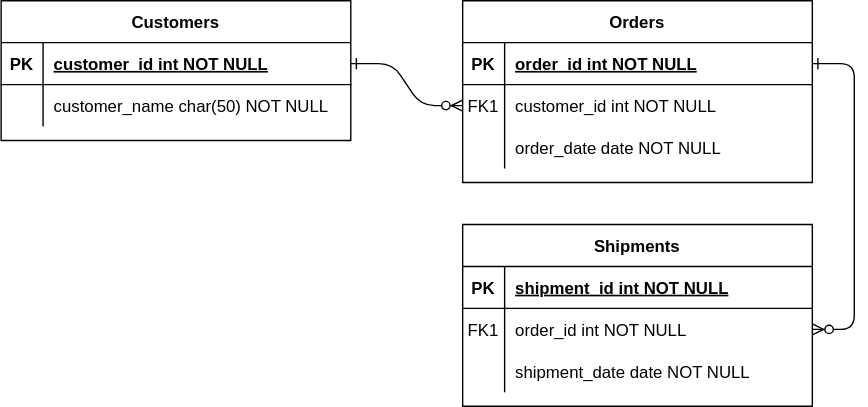
Earlier version of the draw.io export document/diagram.svg (bumjin-handy/sbb5). Source tidied: cells renumbered, new cells last; positions are measured from the earlier drawing's top-left corner, leaving out a move shared by most shapes.
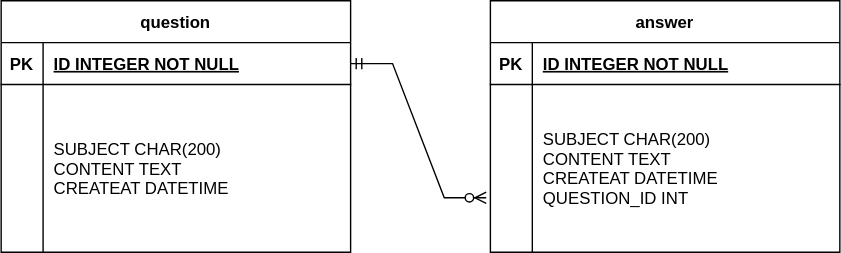
The same file after the commit.

What changed in the source:
```diff
@@ -2,74 +2,8 @@
   <root>
     <mxCell id="0" />
     <mxCell id="1" parent="0" />
-    <mxCell id="2" style="edgeStyle=entityRelationEdgeStyle;endArrow=ERzeroToMany;startArrow=ERone;endFill=1;startFill=0;" parent="1" edge="1" source="25" target="8">
-      <mxGeometry relative="1" as="geometry" />
-    </mxCell>
-    <mxCell id="3" style="edgeStyle=entityRelationEdgeStyle;endArrow=ERzeroToMany;startArrow=ERone;endFill=1;startFill=0;" parent="1" edge="1" source="5" target="18">
-      <mxGeometry relative="1" as="geometry" />
-    </mxCell>
-    <mxCell id="4" value="Orders" style="shape=table;startSize=30;rowLines=0;fontStyle=1;align=center;" parent="1" vertex="1">
-      <mxGeometry x="330" width="250" height="130" as="geometry" />
-    </mxCell>
-    <mxCell id="5" style="shape=partialRectangle;fillColor=none;points=[[0,0.5],[1,0.5]];portConstraint=eastwest;top=0;left=0;right=0;bottom=1;" parent="4" vertex="1">
-      <mxGeometry y="30" width="250" height="30" as="geometry" />
-    </mxCell>
-    <mxCell id="6" value="PK" style="shape=partialRectangle;overflow=hidden;fillColor=none;top=0;left=0;bottom=0;right=0;fontStyle=1;" parent="5" vertex="1">
-      <mxGeometry width="30" height="30" as="geometry" />
-    </mxCell>
-    <mxCell id="7" value="order_id int NOT NULL " style="shape=partialRectangle;overflow=hidden;fillColor=none;top=0;left=0;bottom=0;right=0;align=left;spacingLeft=6;fontStyle=5;" parent="5" vertex="1">
-      <mxGeometry x="30" width="220" height="30" as="geometry" />
-    </mxCell>
-    <mxCell id="8" style="shape=partialRectangle;fillColor=none;points=[[0,0.5],[1,0.5]];portConstraint=eastwest;top=0;left=0;right=0;bottom=0;" parent="4" vertex="1">
-      <mxGeometry y="60" width="250" height="30" as="geometry" />
-    </mxCell>
-    <mxCell id="9" value="FK1" style="shape=partialRectangle;overflow=hidden;fillColor=none;top=0;left=0;bottom=0;right=0;" parent="8" vertex="1">
-      <mxGeometry width="30" height="30" as="geometry" />
-    </mxCell>
-    <mxCell id="10" value="customer_id int NOT NULL" style="shape=partialRectangle;overflow=hidden;fillColor=none;top=0;left=0;bottom=0;right=0;align=left;spacingLeft=6;" parent="8" vertex="1">
-      <mxGeometry x="30" width="220" height="30" as="geometry" />
-    </mxCell>
-    <mxCell id="11" style="shape=partialRectangle;fillColor=none;top=0;left=0;right=0;bottom=0;" parent="4" vertex="1">
-      <mxGeometry y="90" width="250" height="30" as="geometry" />
-    </mxCell>
-    <mxCell id="12" style="shape=partialRectangle;overflow=hidden;fillColor=none;top=0;left=0;bottom=0;right=0;" parent="11" vertex="1">
-      <mxGeometry width="30" height="30" as="geometry" />
-    </mxCell>
-    <mxCell id="13" value="order_date date NOT NULL" style="shape=partialRectangle;overflow=hidden;fillColor=none;top=0;left=0;bottom=0;right=0;align=left;spacingLeft=6;" parent="11" vertex="1">
-      <mxGeometry x="30" width="220" height="30" as="geometry" />
-    </mxCell>
-    <mxCell id="14" value="Shipments" style="shape=table;startSize=30;rowLines=0;fontStyle=1;align=center;" parent="1" vertex="1">
-      <mxGeometry x="330" y="160" width="250" height="130" as="geometry" />
-    </mxCell>
-    <mxCell id="15" style="shape=partialRectangle;fillColor=none;top=0;left=0;right=0;bottom=1;" parent="14" vertex="1">
-      <mxGeometry y="30" width="250" height="30" as="geometry" />
-    </mxCell>
-    <mxCell id="16" value="PK" style="shape=partialRectangle;overflow=hidden;fillColor=none;top=0;left=0;bottom=0;right=0;fontStyle=1;" parent="15" vertex="1">
-      <mxGeometry width="30" height="30" as="geometry" />
-    </mxCell>
-    <mxCell id="17" value="shipment_id int NOT NULL " style="shape=partialRectangle;overflow=hidden;fillColor=none;top=0;left=0;bottom=0;right=0;align=left;spacingLeft=6;fontStyle=5;" parent="15" vertex="1">
-      <mxGeometry x="30" width="220" height="30" as="geometry" />
-    </mxCell>
-    <mxCell id="18" style="shape=partialRectangle;fillColor=none;points=[[0,0.5],[1,0.5]];portConstraint=eastwest;top=0;left=0;right=0;bottom=0;" parent="14" vertex="1">
-      <mxGeometry y="60" width="250" height="30" as="geometry" />
-    </mxCell>
-    <mxCell id="19" value="FK1" style="shape=partialRectangle;overflow=hidden;fillColor=none;top=0;left=0;bottom=0;right=0;" parent="18" vertex="1">
-      <mxGeometry width="30" height="30" as="geometry" />
-    </mxCell>
-    <mxCell id="20" value="order_id int NOT NULL" style="shape=partialRectangle;overflow=hidden;fillColor=none;top=0;left=0;bottom=0;right=0;align=left;spacingLeft=6;" parent="18" vertex="1">
-      <mxGeometry x="30" width="220" height="30" as="geometry" />
-    </mxCell>
-    <mxCell id="21" style="shape=partialRectangle;fillColor=none;top=0;left=0;right=0;bottom=0;" parent="14" vertex="1">
-      <mxGeometry y="90" width="250" height="30" as="geometry" />
-    </mxCell>
-    <mxCell id="22" style="shape=partialRectangle;overflow=hidden;fillColor=none;top=0;left=0;bottom=0;right=0;" parent="21" vertex="1">
-      <mxGeometry width="30" height="30" as="geometry" />
-    </mxCell>
-    <mxCell id="23" value="shipment_date date NOT NULL" style="shape=partialRectangle;overflow=hidden;fillColor=none;top=0;left=0;bottom=0;right=0;align=left;spacingLeft=6;" parent="21" vertex="1">
-      <mxGeometry x="30" width="220" height="30" as="geometry" />
-    </mxCell>
-    <mxCell id="24" value="Customers" style="shape=table;startSize=30;rowLines=0;fontStyle=1;align=center;" parent="1" vertex="1">
-      <mxGeometry width="250" height="100" as="geometry" />
+    <mxCell id="24" value="question" style="shape=table;startSize=30;rowLines=0;fontStyle=1;align=center;" parent="1" vertex="1">
+      <mxGeometry width="250" height="180" as="geometry" />
     </mxCell>
     <mxCell id="25" style="shape=partialRectangle;fillColor=none;points=[[0,0.5],[1,0.5]];portConstraint=eastwest;top=0;left=0;right=0;bottom=1;" parent="24" vertex="1">
       <mxGeometry y="30" width="250" height="30" as="geometry" />
@@ -77,17 +11,41 @@
     <mxCell id="26" value="PK" style="shape=partialRectangle;overflow=hidden;fillColor=none;top=0;left=0;bottom=0;right=0;fontStyle=1;" parent="25" vertex="1">
       <mxGeometry width="30" height="30" as="geometry" />
     </mxCell>
-    <mxCell id="27" value="customer_id int NOT NULL " style="shape=partialRectangle;overflow=hidden;fillColor=none;top=0;left=0;bottom=0;right=0;align=left;spacingLeft=6;fontStyle=5;" parent="25" vertex="1">
+    <mxCell id="27" value="ID INTEGER NOT NULL " style="shape=partialRectangle;overflow=hidden;fillColor=none;top=0;left=0;bottom=0;right=0;align=left;spacingLeft=6;fontStyle=5;" parent="25" vertex="1">
       <mxGeometry x="30" width="220" height="30" as="geometry" />
     </mxCell>
     <mxCell id="28" style="shape=partialRectangle;fillColor=none;top=0;left=0;right=0;bottom=0;" parent="24" vertex="1">
-      <mxGeometry y="60" width="250" height="30" as="geometry" />
+      <mxGeometry y="60" width="250" height="120" as="geometry" />
     </mxCell>
     <mxCell id="29" style="shape=partialRectangle;overflow=hidden;fillColor=none;top=0;left=0;bottom=0;right=0;" parent="28" vertex="1">
-      <mxGeometry width="30" height="30" as="geometry" />
+      <mxGeometry width="30" height="120" as="geometry" />
     </mxCell>
-    <mxCell id="30" value="customer_name char(50) NOT NULL" style="shape=partialRectangle;overflow=hidden;fillColor=none;top=0;left=0;bottom=0;right=0;align=left;spacingLeft=6;" parent="28" vertex="1">
-      <mxGeometry x="30" width="220" height="30" as="geometry" />
+    <mxCell id="30" value="SUBJECT CHAR(200)&#10;CONTENT TEXT&#10;CREATEAT DATETIME" style="shape=partialRectangle;overflow=hidden;fillColor=none;top=0;left=0;bottom=0;right=0;align=left;spacingLeft=6;" parent="28" vertex="1">
+      <mxGeometry x="30" width="220" height="120" as="geometry" />
     </mxCell>
+    <mxCell id="31" value="answer" style="shape=table;startSize=30;rowLines=0;fontStyle=1;align=center;" parent="1" vertex="1">
+      <mxGeometry x="350" width="250" height="180" as="geometry" />
+    </mxCell>
+    <mxCell id="32" style="shape=partialRectangle;fillColor=none;top=0;left=0;right=0;bottom=1;" parent="31" vertex="1">
+      <mxGeometry y="30" width="250" height="30" as="geometry" />
+    </mxCell>
+    <mxCell id="33" value="PK" style="shape=partialRectangle;overflow=hidden;fillColor=none;top=0;left=0;bottom=0;right=0;fontStyle=1;" parent="32" vertex="1">
+      <mxGeometry width="30" height="30" as="geometry" />
+    </mxCell>
+    <mxCell id="34" value="ID INTEGER NOT NULL " style="shape=partialRectangle;overflow=hidden;fillColor=none;top=0;left=0;bottom=0;right=0;align=left;spacingLeft=6;fontStyle=5;" parent="32" vertex="1">
+      <mxGeometry x="30" width="220" height="30" as="geometry" />
+    </mxCell>
+    <mxCell id="35" style="shape=partialRectangle;fillColor=none;points=[[0,0.5],[1,0.5]];portConstraint=eastwest;top=0;left=0;right=0;bottom=0;" parent="31" vertex="1">
+      <mxGeometry y="60" width="250" height="120" as="geometry" />
+    </mxCell>
+    <mxCell id="36" style="shape=partialRectangle;overflow=hidden;fillColor=none;top=0;left=0;bottom=0;right=0;" parent="35" vertex="1">
+      <mxGeometry width="30" height="120" as="geometry" />
+    </mxCell>
+    <mxCell id="37" value="SUBJECT CHAR(200)&#10;CONTENT TEXT&#10;CREATEAT DATETIME&#10;QUESTION_ID INT" style="shape=partialRectangle;overflow=hidden;fillColor=none;top=0;left=0;bottom=0;right=0;align=left;spacingLeft=6;" parent="35" vertex="1">
+      <mxGeometry x="30" width="220" height="120" as="geometry" />
+    </mxCell>
+    <mxCell id="38" style="edgeStyle=entityRelationEdgeStyle;fontSize=12;html=1;endArrow=ERzeroToMany;startArrow=ERmandOne;rounded=0;exitX=1;exitY=0.5;exitDx=0;exitDy=0;entryX=-0.012;entryY=0.675;entryDx=0;entryDy=0;entryPerimeter=0;" parent="1" edge="1" source="25" target="35">
+      <mxGeometry relative="1" as="geometry" />
+    </mxCell>
   </root>
 </mxGraphModel>
```
